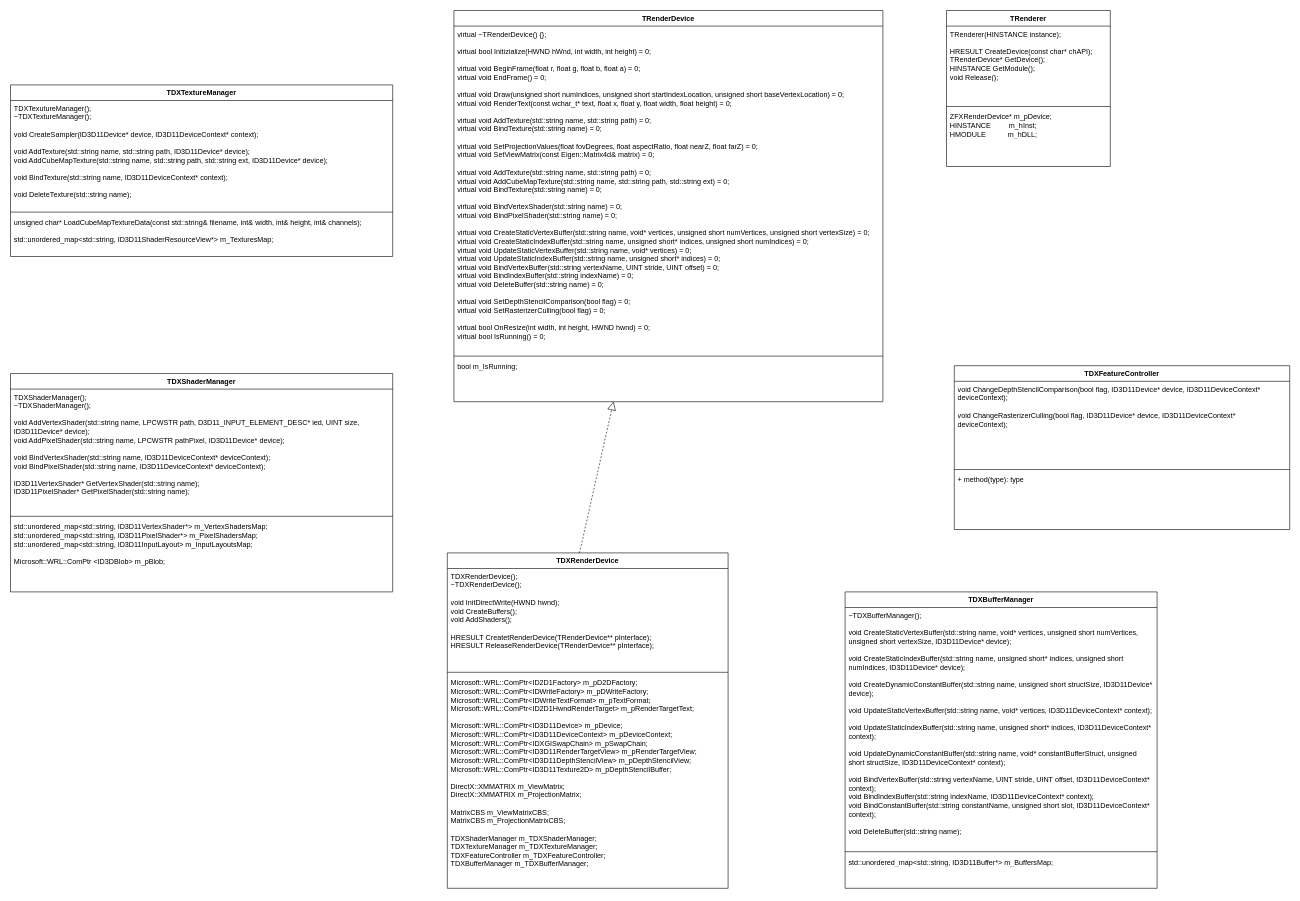
Before: UML/TRenderer.drawio in f1oating/TRender, a draw.io diagram. Source tidied: cells renumbered, new cells numbered last; positions are measured from the earlier drawing's top-left corner, leaving out a move shared by most shapes. Both pictures are drawn from the tidied source at 60%, with x=0, y=0 at pixel (10, 10).
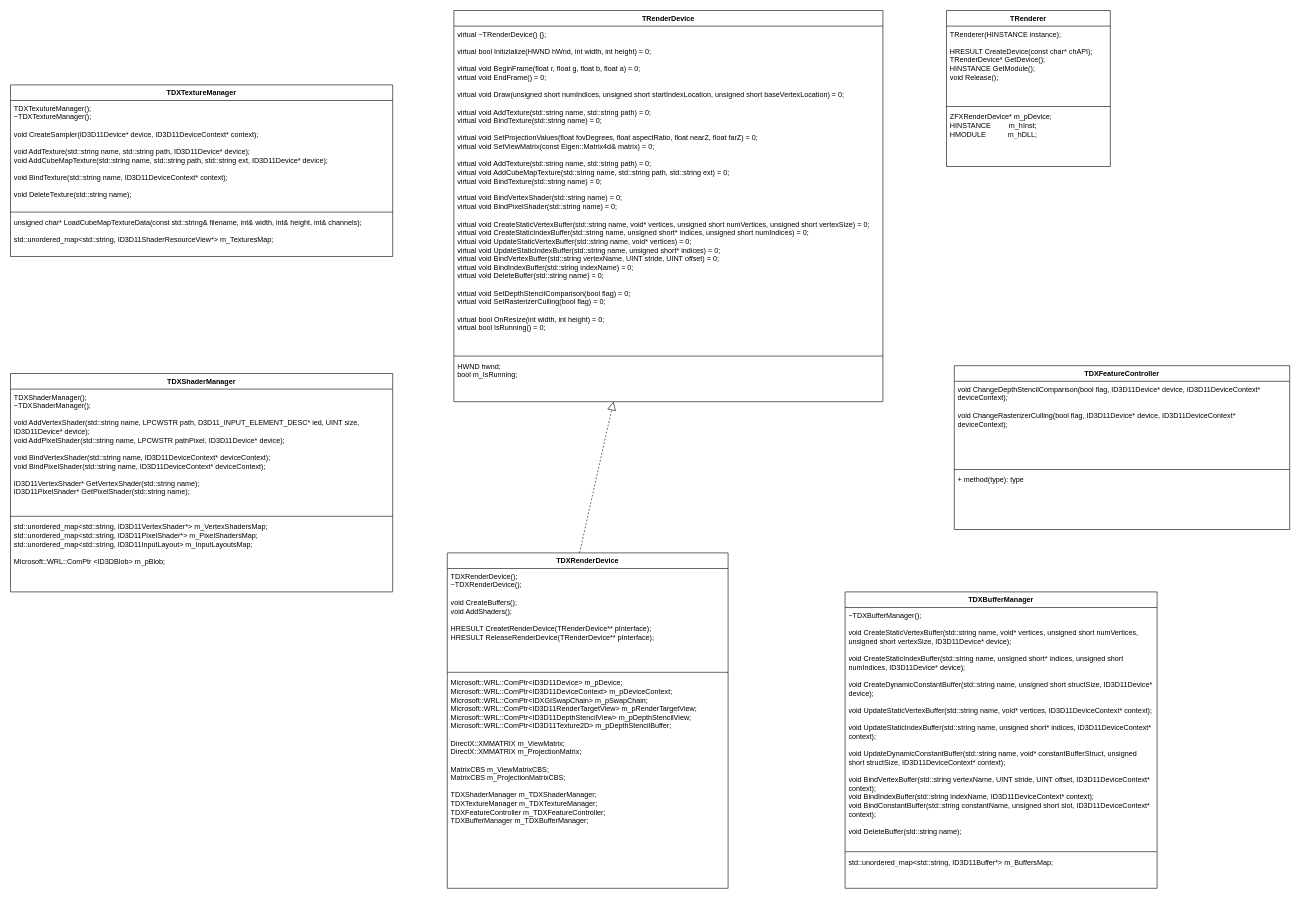
Above is the later version.

Commit message (it also covers changes not shown here):
temproary removed text rendering due to flickering bug

The change refers to these unchanged cells:
```xml
<mxCell id="2" value="TRenderDevice" style="swimlane;fontStyle=1;align=center;verticalAlign=top;horizontal=1;startSize=26;whiteSpace=wrap;html=1;" parent="1" vertex="1">
  <mxGeometry x="739" width="715" height="652" as="geometry" />
</mxCell>
<mxCell id="7" value="TDXRenderDevice" style="swimlane;fontStyle=1;align=center;verticalAlign=top;horizontal=1;startSize=26;whiteSpace=wrap;html=1;" parent="1" vertex="1">
  <mxGeometry x="728" y="904" width="468" height="559" as="geometry" />
</mxCell>
```

The edit, as a diff of the source:
```diff
@@
-    <mxCell id="3" value="&lt;div&gt;virtual ~TRenderDevice() {};&lt;br&gt;&lt;/div&gt;&lt;div&gt;&lt;br&gt;&lt;/div&gt;&lt;div&gt;virtual bool Initizialize(HWND hWnd, int width, int height) = 0;&lt;/div&gt;&lt;div&gt;&lt;br&gt;&lt;/div&gt;&lt;div&gt;virtual void BeginFrame(float r, float g, float b, float a) = 0;&lt;/div&gt;&lt;div&gt;virtual void EndFrame() = 0;&lt;/div&gt;&lt;div&gt;&lt;br&gt;&lt;/div&gt;&lt;div&gt;virtual void Draw(unsigned short numIndices, unsigned short startIndexLocation, unsigned short baseVertexLocation) = 0;&lt;br&gt;virtual void RenderText(const wchar_t* text, float x, float y, float width, float height) = 0;&lt;br&gt;&lt;/div&gt;&lt;div&gt;&lt;br&gt;&lt;/div&gt;&lt;div&gt;virtual void AddTexture(std::string name, std::string path) = 0;&lt;br&gt;virtual void BindTexture(std::string name) = 0;&lt;br&gt;&lt;/div&gt;&lt;div&gt;&lt;br&gt;&lt;/div&gt;virtual void SetProjectionValues(float fovDegrees, float aspectRatio, float nearZ, float farZ) = 0;&lt;br&gt;virtual void SetViewMatrix(const Eigen::Matrix4d&amp;amp; matrix) = 0;&lt;br&gt;&lt;div&gt;&lt;br&gt;&lt;/div&gt;&lt;div&gt;virtual void AddTexture(std::string name, std::string path) = 0;&lt;/div&gt;&lt;div&gt;virtual void AddCubeMapTexture(std::string name, std::string path, std::string ext) = 0;&lt;br&gt;&lt;/div&gt;&lt;div&gt;virtual void BindTexture(std::string name) = 0;&lt;/div&gt;&lt;div&gt;&lt;br&gt;&lt;/div&gt;&lt;div&gt;virtual void BindVertexShader(std::string name) = 0;&lt;br&gt;virtual void BindPixelShader(std::string name) = 0;&lt;/div&gt;&lt;div&gt;&lt;br&gt;&lt;/div&gt;&lt;div&gt;virtual void CreateStaticVertexBuffer(std::string name, void* vertices, unsigned short numVertices, unsigned short vertexSize) = 0;&lt;br&gt;virtual void CreateStaticIndexBuffer(std::string name, unsigned short* indices, unsigned short numIndices) = 0;&lt;br&gt;virtual void UpdateStaticVertexBuffer(std::string name, void* vertices) = 0;&lt;br&gt;virtual void UpdateStaticIndexBuffer(std::string name, unsigned short* indices) = 0;&lt;br&gt;virtual void BindVertexBuffer(std::string vertexName, UINT stride, UINT offset) = 0;&lt;br&gt;virtual void BindIndexBuffer(std::string indexName) = 0;&lt;br&gt;virtual void DeleteBuffer(std::string name) = 0;&lt;br&gt;&lt;/div&gt;&lt;div&gt;&lt;br&gt;&lt;/div&gt;&lt;div&gt;virtual void SetDepthStencilComparison(bool flag) = 0;&lt;br&gt;virtual void SetRasterizerCulling(bool flag) = 0;&lt;br&gt;&lt;/div&gt;&lt;div&gt;&lt;br&gt;&lt;/div&gt;&lt;div&gt;virtual bool OnResize(int width, int height, HWND hwnd) = 0;&lt;/div&gt;&lt;div&gt;virtual bool IsRunning() = 0;&lt;br&gt;&lt;/div&gt;" style="text;strokeColor=none;fillColor=none;align=left;verticalAlign=top;spacingLeft=4;spacingRight=4;overflow=hidden;whiteSpace=wrap;html=1;" parent="2" vertex="1">
+    <mxCell id="3" value="&lt;div&gt;virtual ~TRenderDevice() {};&lt;br&gt;&lt;/div&gt;&lt;div&gt;&lt;br&gt;&lt;/div&gt;&lt;div&gt;virtual bool Initizialize(HWND hWnd, int width, int height) = 0;&lt;/div&gt;&lt;div&gt;&lt;br&gt;&lt;/div&gt;&lt;div&gt;virtual void BeginFrame(float r, float g, float b, float a) = 0;&lt;/div&gt;&lt;div&gt;virtual void EndFrame() = 0;&lt;/div&gt;&lt;div&gt;&lt;br&gt;&lt;/div&gt;&lt;div&gt;virtual void Draw(unsigned short numIndices, unsigned short startIndexLocation, unsigned short baseVertexLocation) = 0;&lt;br&gt;&lt;/div&gt;&lt;div&gt;&lt;br&gt;&lt;/div&gt;&lt;div&gt;virtual void AddTexture(std::string name, std::string path) = 0;&lt;br&gt;virtual void BindTexture(std::string name) = 0;&lt;br&gt;&lt;/div&gt;&lt;div&gt;&lt;br&gt;&lt;/div&gt;virtual void SetProjectionValues(float fovDegrees, float aspectRatio, float nearZ, float farZ) = 0;&lt;br&gt;virtual void SetViewMatrix(const Eigen::Matrix4d&amp;amp; matrix) = 0;&lt;br&gt;&lt;div&gt;&lt;br&gt;&lt;/div&gt;&lt;div&gt;virtual void AddTexture(std::string name, std::string path) = 0;&lt;/div&gt;&lt;div&gt;virtual void AddCubeMapTexture(std::string name, std::string path, std::string ext) = 0;&lt;br&gt;&lt;/div&gt;&lt;div&gt;virtual void BindTexture(std::string name) = 0;&lt;/div&gt;&lt;div&gt;&lt;br&gt;&lt;/div&gt;&lt;div&gt;virtual void BindVertexShader(std::string name) = 0;&lt;br&gt;virtual void BindPixelShader(std::string name) = 0;&lt;/div&gt;&lt;div&gt;&lt;br&gt;&lt;/div&gt;&lt;div&gt;virtual void CreateStaticVertexBuffer(std::string name, void* vertices, unsigned short numVertices, unsigned short vertexSize) = 0;&lt;br&gt;virtual void CreateStaticIndexBuffer(std::string name, unsigned short* indices, unsigned short numIndices) = 0;&lt;br&gt;virtual void UpdateStaticVertexBuffer(std::string name, void* vertices) = 0;&lt;br&gt;virtual void UpdateStaticIndexBuffer(std::string name, unsigned short* indices) = 0;&lt;br&gt;virtual void BindVertexBuffer(std::string vertexName, UINT stride, UINT offset) = 0;&lt;br&gt;virtual void BindIndexBuffer(std::string indexName) = 0;&lt;br&gt;virtual void DeleteBuffer(std::string name) = 0;&lt;br&gt;&lt;/div&gt;&lt;div&gt;&lt;br&gt;&lt;/div&gt;&lt;div&gt;virtual void SetDepthStencilComparison(bool flag) = 0;&lt;br&gt;virtual void SetRasterizerCulling(bool flag) = 0;&lt;br&gt;&lt;/div&gt;&lt;div&gt;&lt;br&gt;&lt;/div&gt;&lt;div&gt;virtual bool OnResize(int width, int height) = 0;&lt;/div&gt;&lt;div&gt;virtual bool IsRunning() = 0;&lt;br&gt;&lt;/div&gt;" style="text;strokeColor=none;fillColor=none;align=left;verticalAlign=top;spacingLeft=4;spacingRight=4;overflow=hidden;whiteSpace=wrap;html=1;" parent="2" vertex="1">
       <mxGeometry y="26" width="715" height="546" as="geometry" />
     </mxCell>
@@
-    <mxCell id="5" value="&lt;div&gt;bool m_IsRunning;&lt;br&gt;&lt;/div&gt;" style="text;strokeColor=none;fillColor=none;align=left;verticalAlign=top;spacingLeft=4;spacingRight=4;overflow=hidden;points=[[0,0.5],[1,0.5]];portConstraint=eastwest;whiteSpace=wrap;html=1;" parent="2" vertex="1">
+    <mxCell id="5" value="&lt;div&gt;HWND hwnd;&lt;br&gt;&lt;/div&gt;&lt;div&gt;bool m_IsRunning;&lt;br&gt;&lt;/div&gt;" style="text;strokeColor=none;fillColor=none;align=left;verticalAlign=top;spacingLeft=4;spacingRight=4;overflow=hidden;points=[[0,0.5],[1,0.5]];portConstraint=eastwest;whiteSpace=wrap;html=1;" parent="2" vertex="1">
       <mxGeometry y="580" width="715" height="72" as="geometry" />
     </mxCell>
@@
-    <mxCell id="8" value="&lt;div&gt;TDXRenderDevice();&lt;/div&gt;&lt;div&gt;~TDXRenderDevice();&lt;/div&gt;&lt;div&gt;&lt;br&gt;&lt;/div&gt;&lt;div&gt;void InitDirectWrite(HWND hwnd);&lt;br&gt;&lt;/div&gt;&lt;div&gt;void CreateBuffers();&lt;/div&gt;&lt;div&gt;void AddShaders();&lt;/div&gt;&lt;div&gt;&lt;br&gt;&lt;/div&gt;&lt;div&gt;HRESULT CreatetRenderDevice(TRenderDevice** pInterface);&amp;nbsp;&amp;nbsp;&amp;nbsp;&amp;nbsp;&lt;/div&gt;&lt;div&gt;HRESULT ReleaseRenderDevice(TRenderDevice** pInterface);&lt;br&gt;&lt;br&gt;&lt;/div&gt;" style="text;strokeColor=none;fillColor=none;align=left;verticalAlign=top;spacingLeft=4;spacingRight=4;overflow=hidden;whiteSpace=wrap;html=1;" parent="7" vertex="1">
+    <mxCell id="8" value="&lt;div&gt;TDXRenderDevice();&lt;/div&gt;&lt;div&gt;~TDXRenderDevice();&lt;/div&gt;&lt;div&gt;&lt;br&gt;&lt;/div&gt;&lt;div&gt;void CreateBuffers();&lt;/div&gt;&lt;div&gt;void AddShaders();&lt;/div&gt;&lt;div&gt;&lt;br&gt;&lt;/div&gt;&lt;div&gt;HRESULT CreatetRenderDevice(TRenderDevice** pInterface);&amp;nbsp;&amp;nbsp;&amp;nbsp;&amp;nbsp;&lt;/div&gt;&lt;div&gt;HRESULT ReleaseRenderDevice(TRenderDevice** pInterface);&lt;br&gt;&lt;br&gt;&lt;/div&gt;" style="text;strokeColor=none;fillColor=none;align=left;verticalAlign=top;spacingLeft=4;spacingRight=4;overflow=hidden;whiteSpace=wrap;html=1;" parent="7" vertex="1">
       <mxGeometry y="26" width="468" height="169" as="geometry" />
     </mxCell>
@@
-    <mxCell id="10" value="&lt;div&gt;Microsoft::WRL::ComPtr&amp;lt;ID2D1Factory&amp;gt; m_pD2DFactory;&lt;br&gt;Microsoft::WRL::ComPtr&amp;lt;IDWriteFactory&amp;gt; m_pDWriteFactory;&lt;br&gt;Microsoft::WRL::ComPtr&amp;lt;IDWriteTextFormat&amp;gt; m_pTextFormat;&lt;br&gt;Microsoft::WRL::ComPtr&amp;lt;ID2D1HwndRenderTarget&amp;gt; m_pRenderTargetText;&lt;br&gt;&lt;/div&gt;&lt;div&gt;&lt;br&gt;&lt;/div&gt;&lt;div&gt;Microsoft::WRL::ComPtr&amp;lt;ID3D11Device&amp;gt; m_pDevice; Microsoft::WRL::ComPtr&amp;lt;ID3D11DeviceContext&amp;gt; m_pDeviceContext; Microsoft::WRL::ComPtr&amp;lt;IDXGISwapChain&amp;gt; m_pSwapChain; Microsoft::WRL::ComPtr&amp;lt;ID3D11RenderTargetView&amp;gt; m_pRenderTargetView; Microsoft::WRL::ComPtr&amp;lt;ID3D11DepthStencilView&amp;gt; m_pDepthStencilView; Microsoft::WRL::ComPtr&amp;lt;ID3D11Texture2D&amp;gt; m_pDepthStencilBuffer;&lt;/div&gt;&lt;div&gt;&lt;br&gt;&lt;/div&gt;DirectX::XMMATRIX m_ViewMatrix;&lt;br&gt;DirectX::XMMATRIX m_ProjectionMatrix;&lt;br&gt;&lt;br&gt;MatrixCBS m_ViewMatrixCBS;&lt;br&gt;MatrixCBS m_ProjectionMatrixCBS;&lt;br&gt;&lt;br&gt;TDXShaderManager m_TDXShaderManager;&lt;br&gt;TDXTextureManager m_TDXTextureManager;&lt;br&gt;TDXFeatureController m_TDXFeatureController;&lt;br&gt;TDXBufferManager m_TDXBufferManager;" style="text;strokeColor=none;fillColor=none;align=left;verticalAlign=top;spacingLeft=4;spacingRight=4;overflow=hidden;whiteSpace=wrap;html=1;" parent="7" vertex="1">
+    <mxCell id="10" value="&lt;div&gt;Microsoft::WRL::ComPtr&amp;lt;ID3D11Device&amp;gt; m_pDevice; Microsoft::WRL::ComPtr&amp;lt;ID3D11DeviceContext&amp;gt; m_pDeviceContext; Microsoft::WRL::ComPtr&amp;lt;IDXGISwapChain&amp;gt; m_pSwapChain; Microsoft::WRL::ComPtr&amp;lt;ID3D11RenderTargetView&amp;gt; m_pRenderTargetView; Microsoft::WRL::ComPtr&amp;lt;ID3D11DepthStencilView&amp;gt; m_pDepthStencilView; Microsoft::WRL::ComPtr&amp;lt;ID3D11Texture2D&amp;gt; m_pDepthStencilBuffer;&lt;/div&gt;&lt;div&gt;&lt;br&gt;&lt;/div&gt;DirectX::XMMATRIX m_ViewMatrix;&lt;br&gt;DirectX::XMMATRIX m_ProjectionMatrix;&lt;br&gt;&lt;br&gt;MatrixCBS m_ViewMatrixCBS;&lt;br&gt;MatrixCBS m_ProjectionMatrixCBS;&lt;br&gt;&lt;br&gt;TDXShaderManager m_TDXShaderManager;&lt;br&gt;TDXTextureManager m_TDXTextureManager;&lt;br&gt;TDXFeatureController m_TDXFeatureController;&lt;br&gt;TDXBufferManager m_TDXBufferManager;" style="text;strokeColor=none;fillColor=none;align=left;verticalAlign=top;spacingLeft=4;spacingRight=4;overflow=hidden;whiteSpace=wrap;html=1;" parent="7" vertex="1">
       <mxGeometry y="203" width="468" height="356" as="geometry" />
     </mxCell>
```
